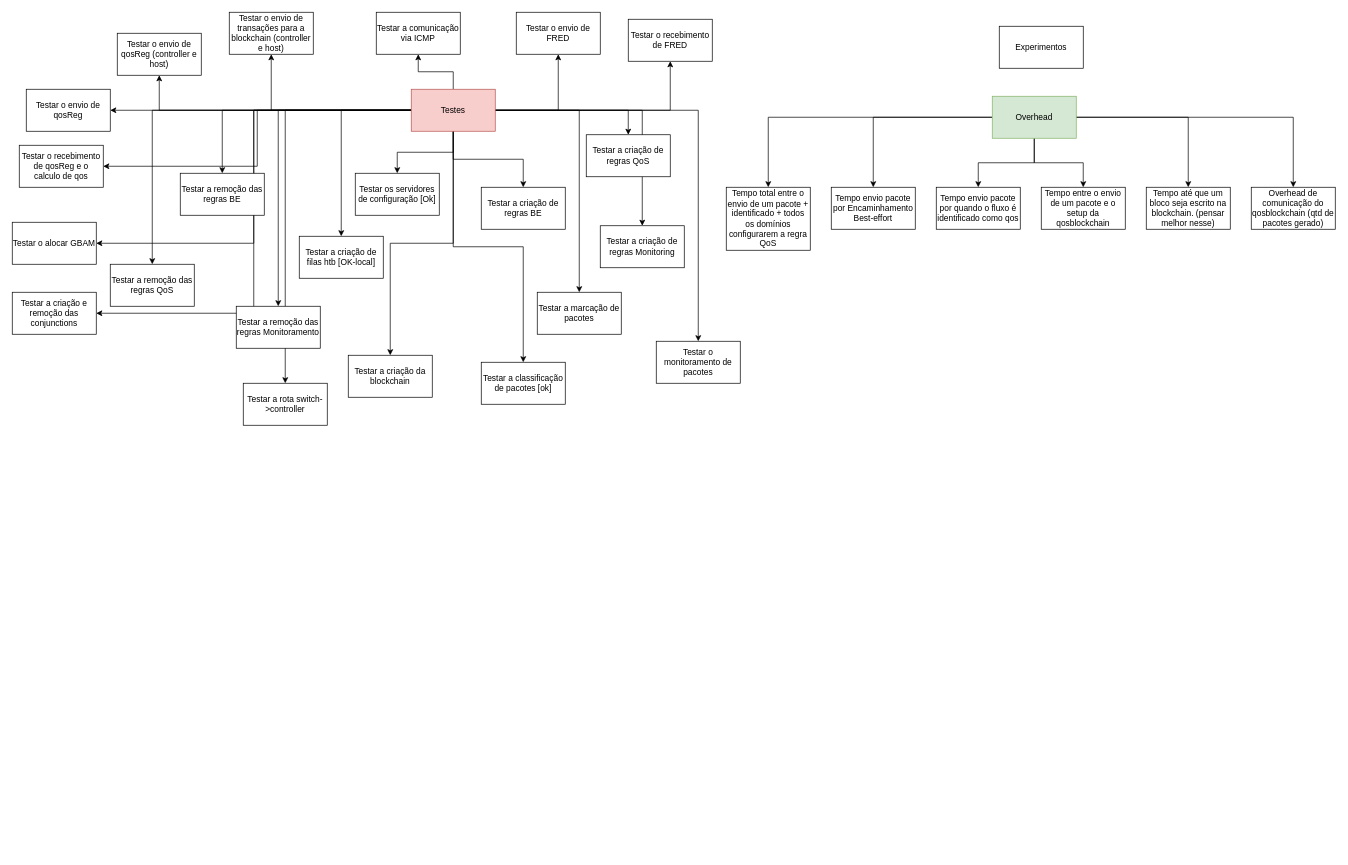
Before: page "Experimentos" (2 of 9) of planejamento_diario.drawio in NiltonMocelin/FLOWPRI-SDN2, a draw.io diagram. Source tidied: cells renumbered, new cells numbered last; positions are measured from the earlier drawing's top-left corner, leaving out a move shared by most shapes. Both pictures are drawn from the tidied source at 70%, with x=0, y=0 at pixel (12, 12).
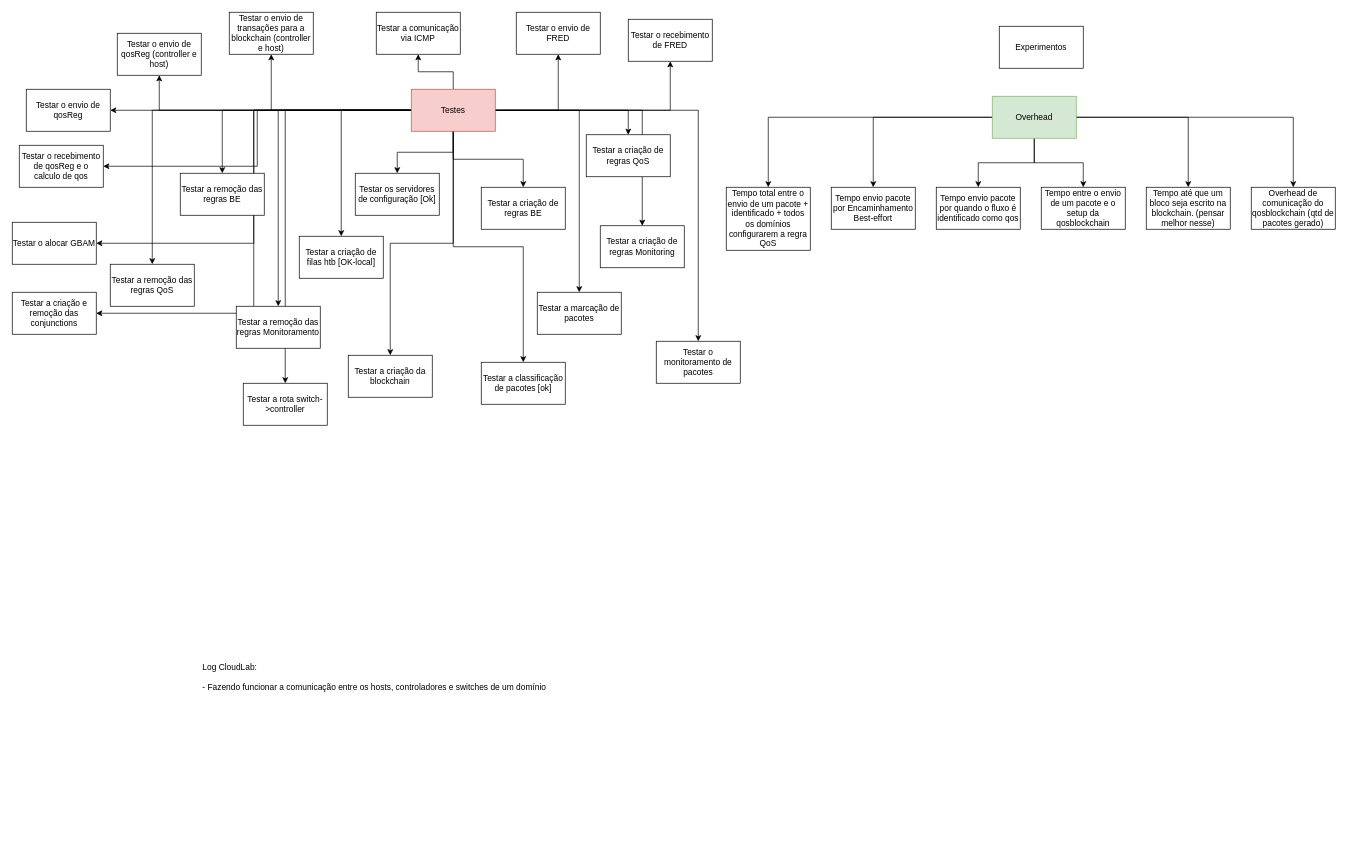
The same page after the edit.

What changed in the source:
```diff
@@
+    <mxCell id="61" value="Log CloudLab:&lt;div&gt;&lt;br&gt;&lt;/div&gt;&lt;div&gt;- Fazendo funcionar a comunicação entre os hosts, controladores e switches de um domínio&lt;/div&gt;" style="text;html=1;align=left;verticalAlign=middle;whiteSpace=wrap;rounded=0;" parent="1" vertex="1">
+      <mxGeometry x="270" y="700" width="540" height="500" as="geometry" />
+    </mxCell>
```
